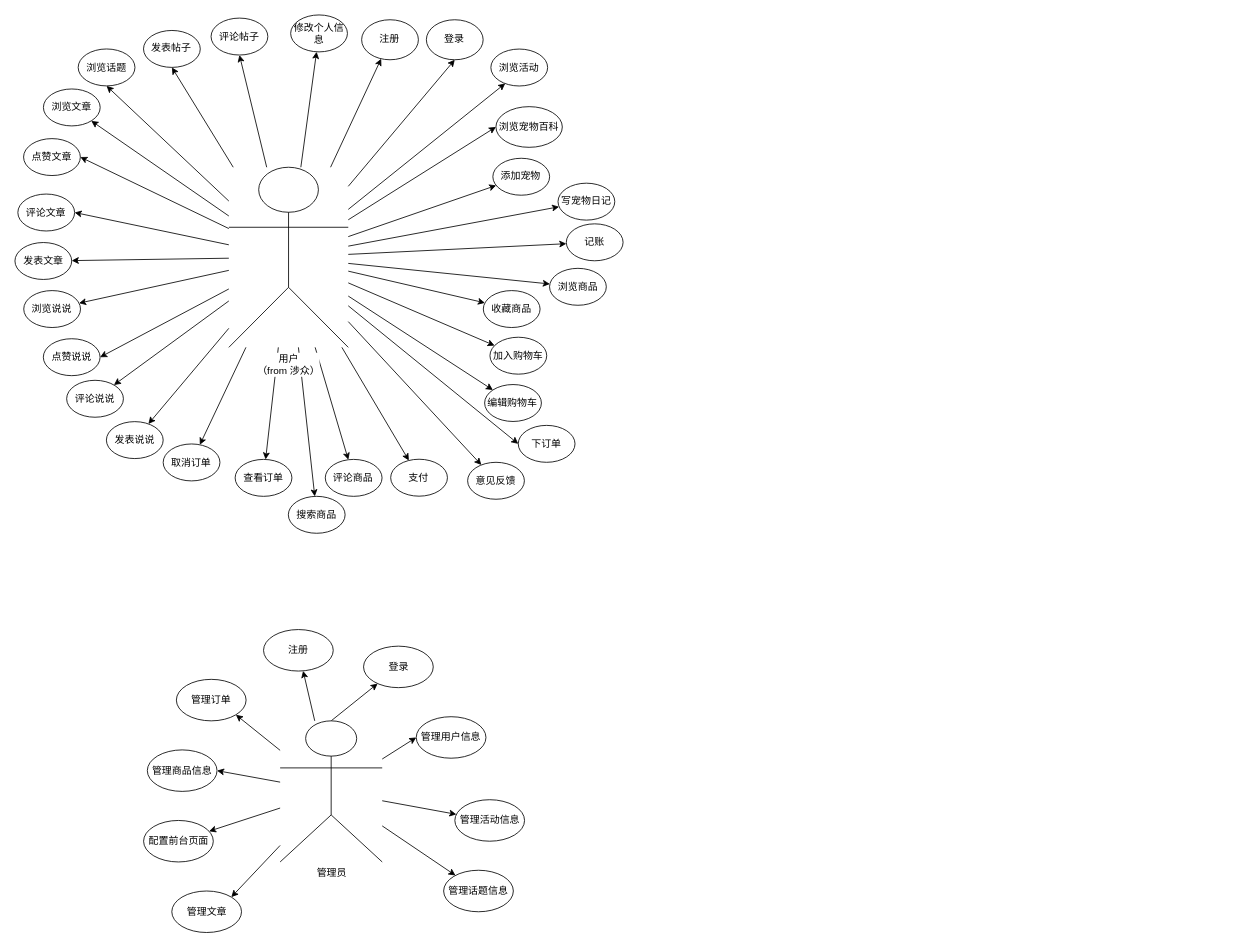
Earlier version of the draw.io diagram pet/uml/业务建模/uml-业务用例图.drawio (JMHello/draw). Source tidied: cells renumbered, new cells numbered last; positions are measured from the earlier drawing's top-left corner, leaving out a move shared by most shapes. Both pictures are drawn from the tidied source at 83%, with x=0, y=0 at pixel (14, 15).
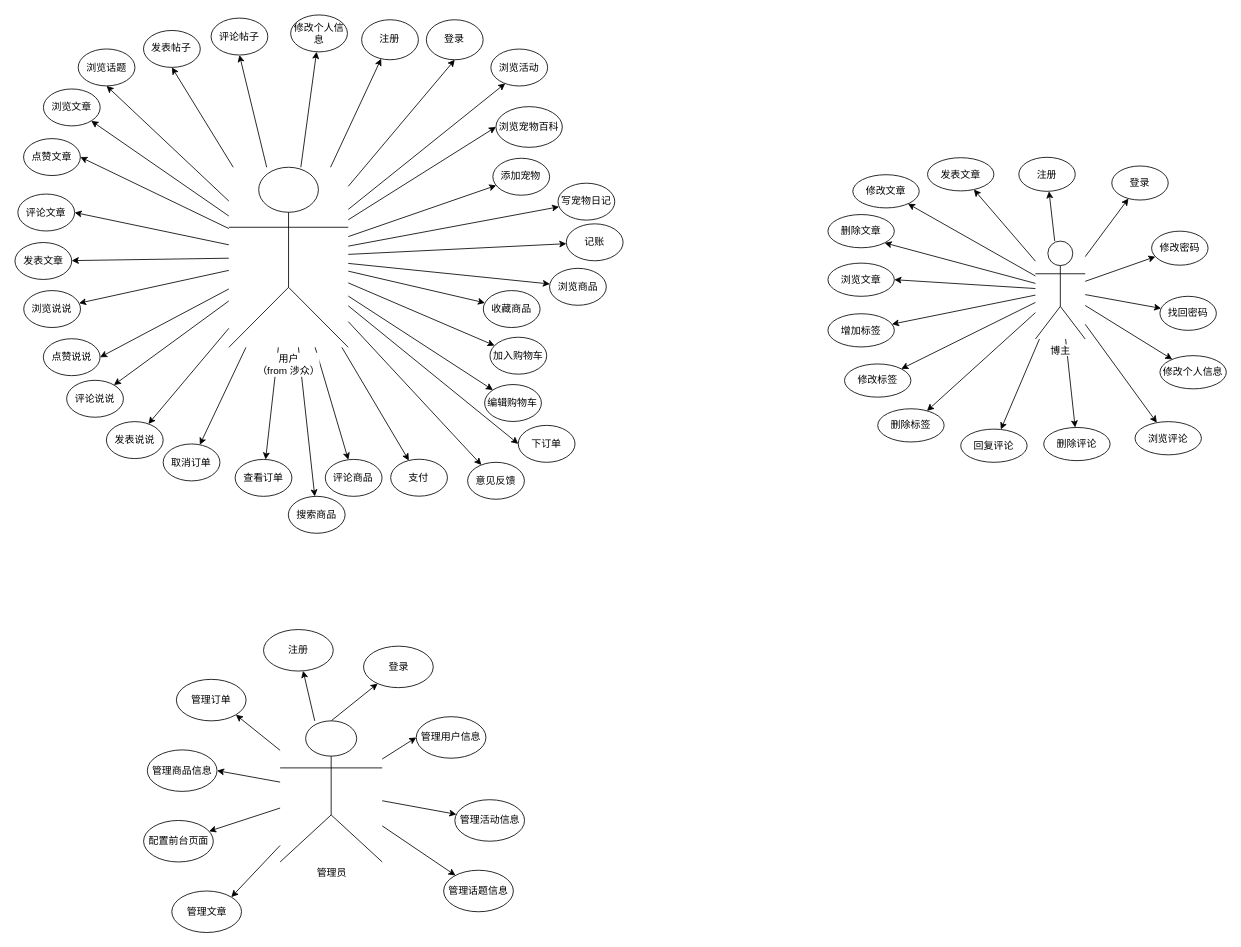
The same diagram, later.

Commit message:
Update uml-业务用例图.drawio

Diff of the diagram source:
```diff
@@
+    <mxCell id="82" style="rounded=0;jettySize=auto;html=1;" parent="1" edge="1" source="97" target="98">
+      <mxGeometry relative="1" as="geometry" />
+    </mxCell>
+    <mxCell id="83" style="edgeStyle=none;rounded=0;jettySize=auto;html=1;" parent="1" edge="1" source="97" target="99">
+      <mxGeometry relative="1" as="geometry" />
+    </mxCell>
+    <mxCell id="84" style="edgeStyle=none;rounded=0;jettySize=auto;html=1;" parent="1" edge="1" source="97" target="100">
+      <mxGeometry relative="1" as="geometry" />
+    </mxCell>
+    <mxCell id="85" style="edgeStyle=none;rounded=0;jettySize=auto;html=1;" parent="1" edge="1" source="97" target="101">
+      <mxGeometry relative="1" as="geometry" />
+    </mxCell>
+    <mxCell id="86" style="edgeStyle=none;rounded=0;jettySize=auto;html=1;" parent="1" edge="1" source="97" target="102">
+      <mxGeometry relative="1" as="geometry" />
+    </mxCell>
+    <mxCell id="87" style="edgeStyle=none;rounded=0;jettySize=auto;html=1;" parent="1" edge="1" source="97" target="103">
+      <mxGeometry relative="1" as="geometry" />
+    </mxCell>
+    <mxCell id="88" style="edgeStyle=none;rounded=0;jettySize=auto;html=1;" parent="1" edge="1" source="97" target="104">
+      <mxGeometry relative="1" as="geometry" />
+    </mxCell>
+    <mxCell id="89" style="edgeStyle=none;rounded=0;jettySize=auto;html=1;entryX=1;entryY=1;entryDx=0;entryDy=0;" parent="1" edge="1" source="97" target="105">
+      <mxGeometry relative="1" as="geometry" />
+    </mxCell>
+    <mxCell id="90" style="edgeStyle=none;rounded=0;jettySize=auto;html=1;entryX=1;entryY=0.5;entryDx=0;entryDy=0;" parent="1" edge="1" source="97" target="106">
+      <mxGeometry relative="1" as="geometry" />
+    </mxCell>
+    <mxCell id="91" style="edgeStyle=none;rounded=0;jettySize=auto;html=1;" parent="1" edge="1" source="97" target="107">
+      <mxGeometry relative="1" as="geometry" />
+    </mxCell>
+    <mxCell id="92" style="edgeStyle=none;rounded=0;jettySize=auto;html=1;" parent="1" edge="1" source="97" target="108">
+      <mxGeometry relative="1" as="geometry" />
+    </mxCell>
+    <mxCell id="93" style="edgeStyle=none;rounded=0;jettySize=auto;html=1;" parent="1" edge="1" source="97" target="109">
+      <mxGeometry relative="1" as="geometry" />
+    </mxCell>
+    <mxCell id="94" style="edgeStyle=none;rounded=0;jettySize=auto;html=1;" parent="1" edge="1" source="97" target="110">
+      <mxGeometry relative="1" as="geometry" />
+    </mxCell>
+    <mxCell id="95" style="edgeStyle=none;rounded=0;jettySize=auto;html=1;" parent="1" edge="1" source="97" target="111">
+      <mxGeometry relative="1" as="geometry" />
+    </mxCell>
+    <mxCell id="96" style="edgeStyle=none;rounded=0;jettySize=auto;html=1;" parent="1" edge="1" source="97" target="112">
+      <mxGeometry relative="1" as="geometry" />
+    </mxCell>
+    <mxCell id="97" value="博主" style="shape=umlActor;verticalLabelPosition=bottom;labelBackgroundColor=#ffffff;verticalAlign=top;html=1;" parent="1" vertex="1">
+      <mxGeometry x="1230" y="272" width="60" height="118" as="geometry" />
+    </mxCell>
+    <mxCell id="98" value="注册&lt;br&gt;" style="ellipse;whiteSpace=wrap;html=1;" parent="1" vertex="1">
+      <mxGeometry x="1210" y="171" width="68" height="41" as="geometry" />
+    </mxCell>
+    <mxCell id="99" value="登录&lt;br&gt;" style="ellipse;whiteSpace=wrap;html=1;" parent="1" vertex="1">
+      <mxGeometry x="1322" y="181.5" width="68" height="41" as="geometry" />
+    </mxCell>
+    <mxCell id="100" value="修改密码&lt;br&gt;" style="ellipse;whiteSpace=wrap;html=1;" parent="1" vertex="1">
+      <mxGeometry x="1370" y="260" width="68" height="41" as="geometry" />
+    </mxCell>
+    <mxCell id="101" value="找回密码&lt;br&gt;" style="ellipse;whiteSpace=wrap;html=1;" parent="1" vertex="1">
+      <mxGeometry x="1380" y="338.5" width="68" height="41" as="geometry" />
+    </mxCell>
+    <mxCell id="102" value="修改个人信息&lt;br&gt;" style="ellipse;whiteSpace=wrap;html=1;" parent="1" vertex="1">
+      <mxGeometry x="1380" y="410" width="80" height="40" as="geometry" />
+    </mxCell>
+    <mxCell id="103" value="发表文章&lt;br&gt;" style="ellipse;whiteSpace=wrap;html=1;" parent="1" vertex="1">
+      <mxGeometry x="1100" y="171.5" width="80" height="40" as="geometry" />
+    </mxCell>
+    <mxCell id="104" value="修改文章&lt;br&gt;" style="ellipse;whiteSpace=wrap;html=1;" parent="1" vertex="1">
+      <mxGeometry x="1010" y="192" width="80" height="40" as="geometry" />
+    </mxCell>
+    <mxCell id="105" value="删除文章&lt;br&gt;" style="ellipse;whiteSpace=wrap;html=1;" parent="1" vertex="1">
+      <mxGeometry x="980" y="240" width="80" height="40" as="geometry" />
+    </mxCell>
+    <mxCell id="106" value="浏览文章&lt;br&gt;" style="ellipse;whiteSpace=wrap;html=1;" parent="1" vertex="1">
+      <mxGeometry x="980" y="298.5" width="80" height="40" as="geometry" />
+    </mxCell>
+    <mxCell id="107" value="增加标签&lt;br&gt;" style="ellipse;whiteSpace=wrap;html=1;" parent="1" vertex="1">
+      <mxGeometry x="980" y="359.5" width="80" height="40" as="geometry" />
+    </mxCell>
+    <mxCell id="108" value="修改标签&lt;br&gt;" style="ellipse;whiteSpace=wrap;html=1;" parent="1" vertex="1">
+      <mxGeometry x="1000" y="420" width="80" height="40" as="geometry" />
+    </mxCell>
+    <mxCell id="109" value="删除标签&lt;br&gt;" style="ellipse;whiteSpace=wrap;html=1;" parent="1" vertex="1">
+      <mxGeometry x="1040" y="474" width="80" height="40" as="geometry" />
+    </mxCell>
+    <mxCell id="110" value="回复评论&lt;br&gt;" style="ellipse;whiteSpace=wrap;html=1;" parent="1" vertex="1">
+      <mxGeometry x="1140" y="498.5" width="80" height="40" as="geometry" />
+    </mxCell>
+    <mxCell id="111" value="删除评论&lt;br&gt;" style="ellipse;whiteSpace=wrap;html=1;" parent="1" vertex="1">
+      <mxGeometry x="1240" y="496.5" width="80" height="40" as="geometry" />
+    </mxCell>
+    <mxCell id="112" value="浏览评论&lt;br&gt;" style="ellipse;whiteSpace=wrap;html=1;" parent="1" vertex="1">
+      <mxGeometry x="1350" y="489.5" width="80" height="40" as="geometry" />
+    </mxCell>
```
